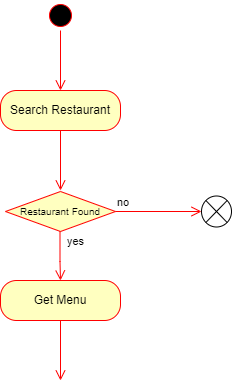
rev0n1h08/Restaurant-finder keeps this draw.io diagram as Activity Diagram.drawio.png. Above is the earlier version. Source tidied: cells renumbered, new cells last; positions are measured from the earlier drawing's top-left corner, leaving out a move shared by most shapes. The source it was exported from:
```xml
<mxGraphModel>
  <root>
    <mxCell id="0" />
    <mxCell id="1" parent="0" />
    <mxCell id="2" style="ellipse;html=1;shape=startState;fillColor=#000000;strokeColor=#ff0000;" parent="1" vertex="1">
      <mxGeometry x="45" width="30" height="30" as="geometry" />
    </mxCell>
    <mxCell id="3" style="edgeStyle=orthogonalEdgeStyle;html=1;verticalAlign=bottom;endArrow=open;endSize=8;strokeColor=#ff0000;rounded=0;" parent="1" edge="1" source="2">
      <mxGeometry relative="1" as="geometry">
        <mxPoint x="60" y="90" as="targetPoint" />
      </mxGeometry>
    </mxCell>
    <mxCell id="4" value="Search Restaurant" style="rounded=1;whiteSpace=wrap;html=1;arcSize=40;fontColor=#000000;fillColor=#ffffc0;strokeColor=#ff0000;" parent="1" vertex="1">
      <mxGeometry y="90" width="120" height="40" as="geometry" />
    </mxCell>
    <mxCell id="5" style="edgeStyle=orthogonalEdgeStyle;html=1;verticalAlign=bottom;endArrow=open;endSize=8;strokeColor=#ff0000;rounded=0;" parent="1" edge="1" source="4">
      <mxGeometry relative="1" as="geometry">
        <mxPoint x="60" y="190" as="targetPoint" />
      </mxGeometry>
    </mxCell>
    <mxCell id="6" value="&lt;font style=&quot;font-size: 10px;&quot;&gt;Restaurant Found&lt;/font&gt;" style="rhombus;whiteSpace=wrap;html=1;fillColor=#ffffc0;strokeColor=#ff0000;" parent="1" vertex="1">
      <mxGeometry x="5" y="191" width="110" height="40" as="geometry" />
    </mxCell>
    <mxCell id="7" value="no" style="edgeStyle=orthogonalEdgeStyle;html=1;align=left;verticalAlign=bottom;endArrow=open;endSize=8;strokeColor=#ff0000;rounded=0;" parent="1" edge="1" source="6">
      <mxGeometry x="-1" relative="1" as="geometry">
        <mxPoint x="201" y="211" as="targetPoint" />
      </mxGeometry>
    </mxCell>
    <mxCell id="8" style="verticalLabelPosition=bottom;verticalAlign=top;html=1;shape=mxgraph.flowchart.or;fontSize=10;" parent="1" vertex="1">
      <mxGeometry x="201" y="195.5" width="30" height="31" as="geometry" />
    </mxCell>
    <mxCell id="9" value="yes" style="edgeStyle=orthogonalEdgeStyle;html=1;align=left;verticalAlign=bottom;endArrow=open;endSize=8;strokeColor=#ff0000;rounded=0;" parent="1" edge="1">
      <mxGeometry x="-0.21" y="5" relative="1" as="geometry">
        <mxPoint x="59.5" y="231" as="sourcePoint" />
        <mxPoint x="60" y="280" as="targetPoint" />
        <Array as="points">
          <mxPoint x="59.5" y="261" />
        </Array>
      </mxGeometry>
    </mxCell>
    <mxCell id="10" value="Get Menu" style="rounded=1;whiteSpace=wrap;html=1;arcSize=40;fontColor=#000000;fillColor=#ffffc0;strokeColor=#ff0000;fontSize=12;" parent="1" vertex="1">
      <mxGeometry y="280" width="120" height="40" as="geometry" />
    </mxCell>
    <mxCell id="11" style="edgeStyle=orthogonalEdgeStyle;html=1;verticalAlign=bottom;endArrow=open;endSize=8;strokeColor=#ff0000;rounded=0;fontSize=12;" parent="1" edge="1" source="10">
      <mxGeometry relative="1" as="geometry">
        <mxPoint x="60" y="380" as="targetPoint" />
      </mxGeometry>
    </mxCell>
  </root>
</mxGraphModel>
```
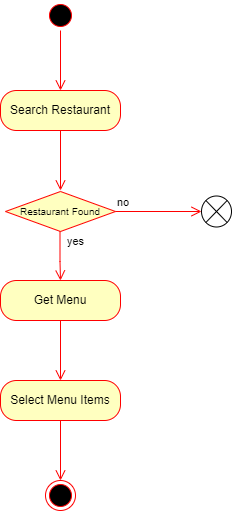
Above is the later version.

Diff of the diagram source:
```diff
@@ -46,5 +46,16 @@
         <mxPoint x="60" y="380" as="targetPoint" />
       </mxGeometry>
     </mxCell>
+    <mxCell id="12" value="Select Menu Items" style="rounded=1;whiteSpace=wrap;html=1;arcSize=40;fontColor=#000000;fillColor=#ffffc0;strokeColor=#ff0000;fontSize=12;" parent="1" vertex="1">
+      <mxGeometry y="380" width="120" height="40" as="geometry" />
+    </mxCell>
+    <mxCell id="13" style="edgeStyle=orthogonalEdgeStyle;html=1;verticalAlign=bottom;endArrow=open;endSize=8;strokeColor=#ff0000;rounded=0;fontSize=12;" parent="1" edge="1" source="12">
+      <mxGeometry relative="1" as="geometry">
+        <mxPoint x="60" y="480" as="targetPoint" />
+      </mxGeometry>
+    </mxCell>
+    <mxCell id="14" style="ellipse;html=1;shape=endState;fillColor=#000000;strokeColor=#ff0000;fontSize=12;" parent="1" vertex="1">
+      <mxGeometry x="45" y="480" width="30" height="30" as="geometry" />
+    </mxCell>
   </root>
 </mxGraphModel>
```
